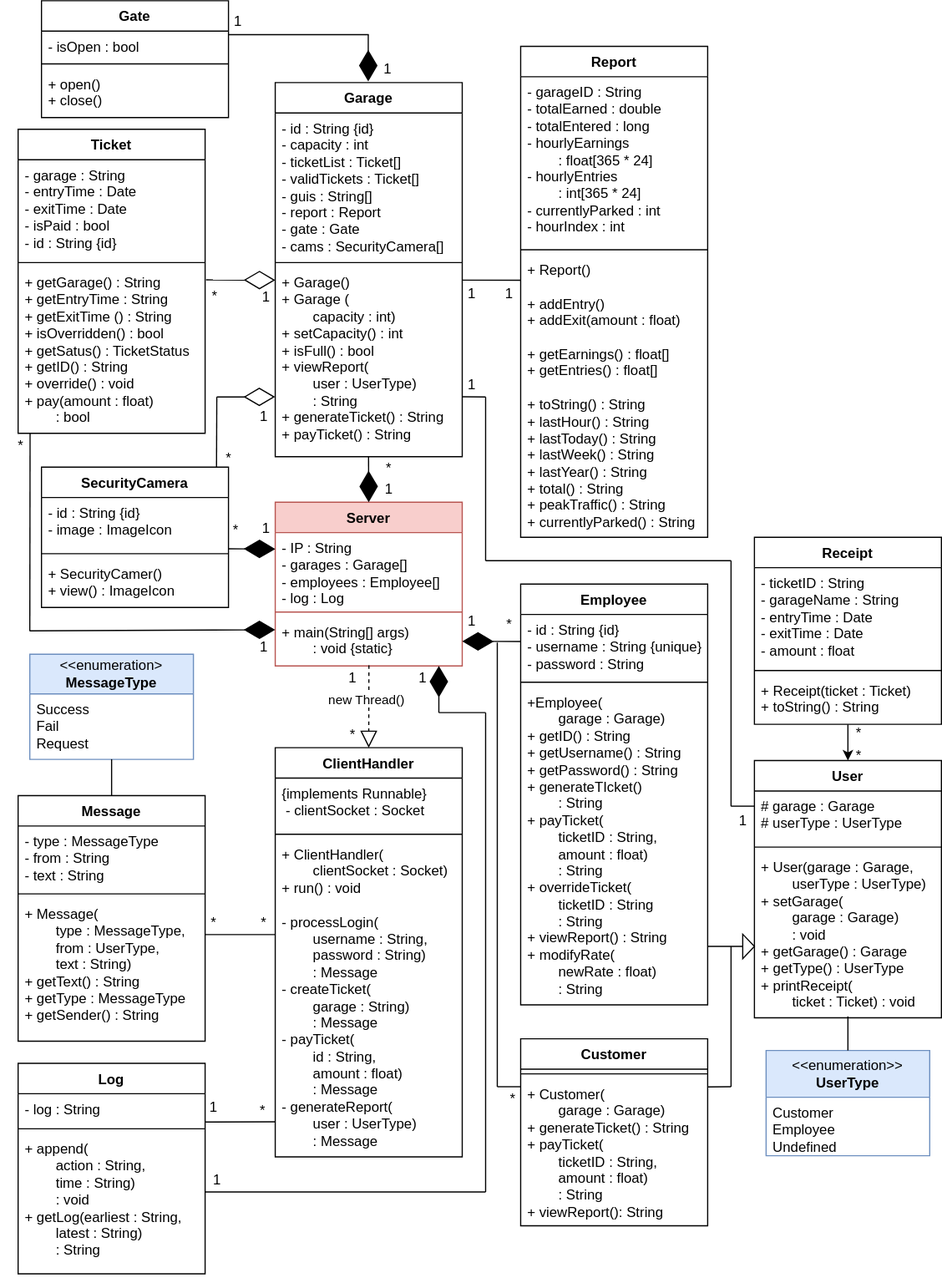
The draw.io diagram design/Diagrams/ServerClassDiagram.svg in CSUEB-CS401-02-SP25-Group-Project-1/parking-garage-system, before a commit. Source tidied: cells renumbered, new cells last; positions are measured from the earlier drawing's top-left corner, leaving out a move shared by most shapes.
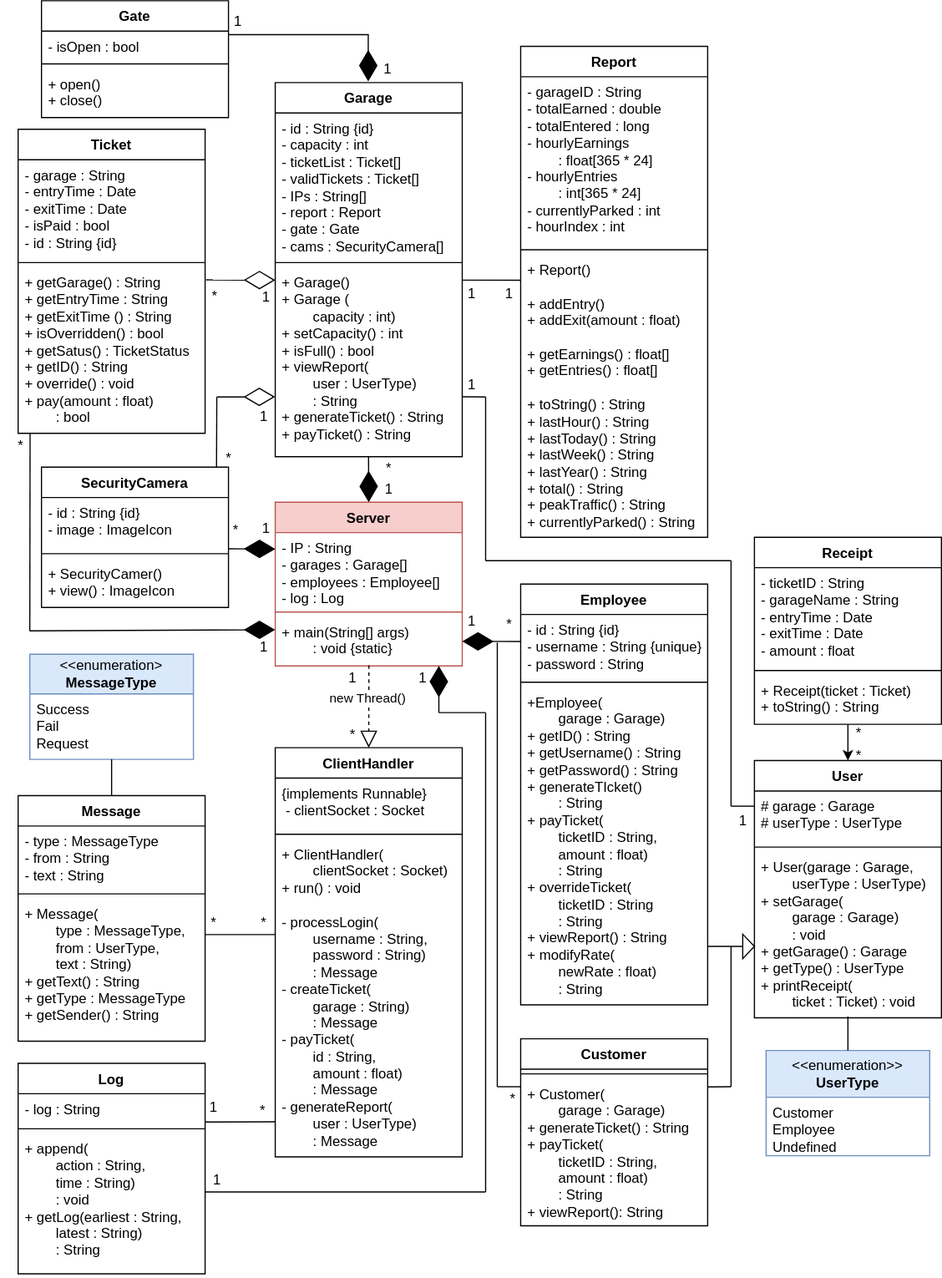
Later version of the same file.

Commit message:
Edited Client and Server class diagrams to use IPs for networking initialization instead of a generated GUI ID.

Change to the diagram source:
```diff
@@ -110,7 +110,7 @@
     <mxCell id="37" value="Garage" style="swimlane;fontStyle=1;align=center;verticalAlign=top;horizontal=1;startSize=26;whiteSpace=wrap;html=1;" parent="1" vertex="1">
       <mxGeometry x="233" y="70" width="160" height="320" as="geometry" />
     </mxCell>
-    <mxCell id="38" value="- id : String {id}&lt;div&gt;- capacity : int&lt;/div&gt;&lt;div&gt;- ticketList : Ticket[]&lt;/div&gt;&lt;div&gt;- validTickets : Ticket[]&lt;/div&gt;&lt;div&gt;- guis : String[]&lt;/div&gt;&lt;div&gt;- report : Report&lt;/div&gt;&lt;div&gt;- gate : Gate&lt;/div&gt;&lt;div&gt;- cams : SecurityCamera[]&lt;/div&gt;" style="text;strokeColor=none;fillColor=none;align=left;verticalAlign=top;spacingLeft=4;spacingRight=4;overflow=hidden;whiteSpace=wrap;html=1;" parent="37" vertex="1">
+    <mxCell id="38" value="- id : String {id}&lt;div&gt;- capacity : int&lt;/div&gt;&lt;div&gt;- ticketList : Ticket[]&lt;/div&gt;&lt;div&gt;- validTickets : Ticket[]&lt;/div&gt;&lt;div&gt;- IPs : String[]&lt;/div&gt;&lt;div&gt;- report : Report&lt;/div&gt;&lt;div&gt;- gate : Gate&lt;/div&gt;&lt;div&gt;- cams : SecurityCamera[]&lt;/div&gt;" style="text;strokeColor=none;fillColor=none;align=left;verticalAlign=top;spacingLeft=4;spacingRight=4;overflow=hidden;whiteSpace=wrap;html=1;" parent="37" vertex="1">
       <mxGeometry y="26" width="160" height="124" as="geometry" />
     </mxCell>
     <mxCell id="39" style="line;strokeWidth=1;fillColor=none;align=left;verticalAlign=middle;spacingTop=-1;spacingLeft=3;spacingRight=3;labelPosition=right;strokeColor=inherit;" parent="37" vertex="1">
```
